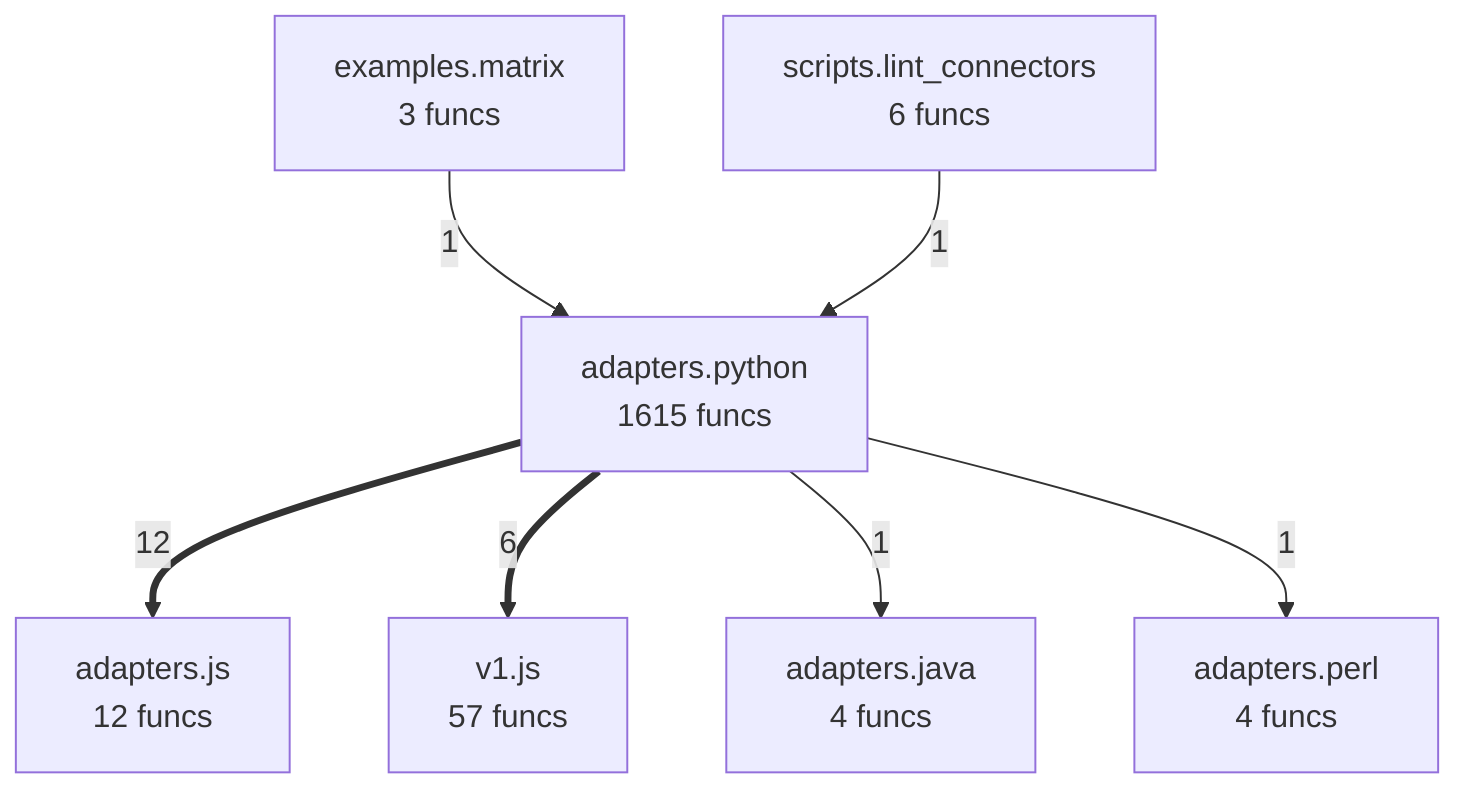
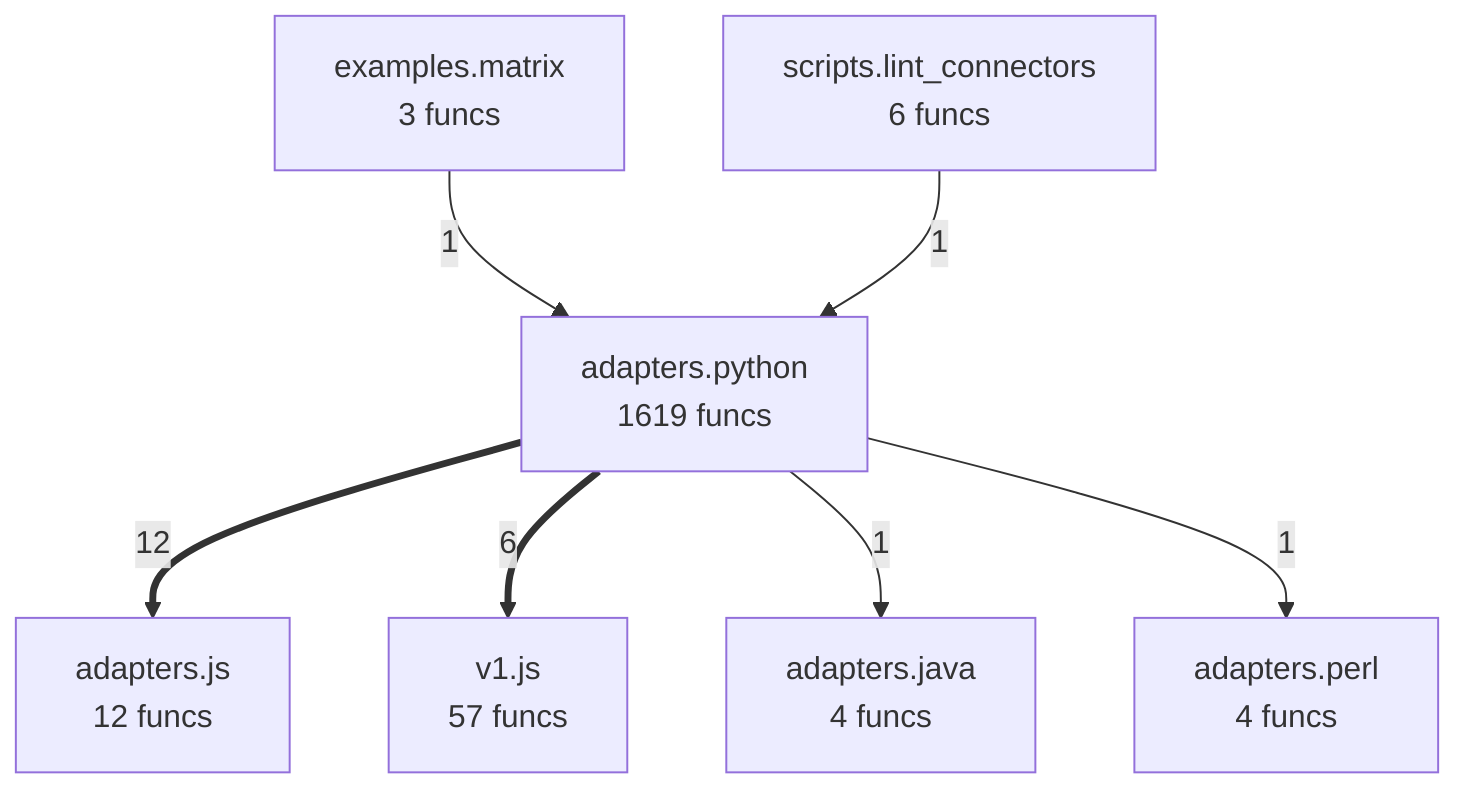
flowchart TD
%% generated in 0.04s
    adapters__java["adapters.java<br/>4 funcs"]
    adapters__js["adapters.js<br/>12 funcs"]
    adapters__perl["adapters.perl<br/>4 funcs"]
-     adapters__python["adapters.python<br/>1615 funcs"]
+     adapters__python["adapters.python<br/>1619 funcs"]
    examples__matrix["examples.matrix<br/>3 funcs"]
    scripts__lint_connectors["scripts.lint_connectors<br/>6 funcs"]
    v1__js["v1.js<br/>57 funcs"]
    adapters__python ==>|12| adapters__js
    adapters__python ==>|6| v1__js
    examples__matrix -->|1| adapters__python
    scripts__lint_connectors -->|1| adapters__python
    adapters__python -->|1| adapters__java
    adapters__python -->|1| adapters__perl
